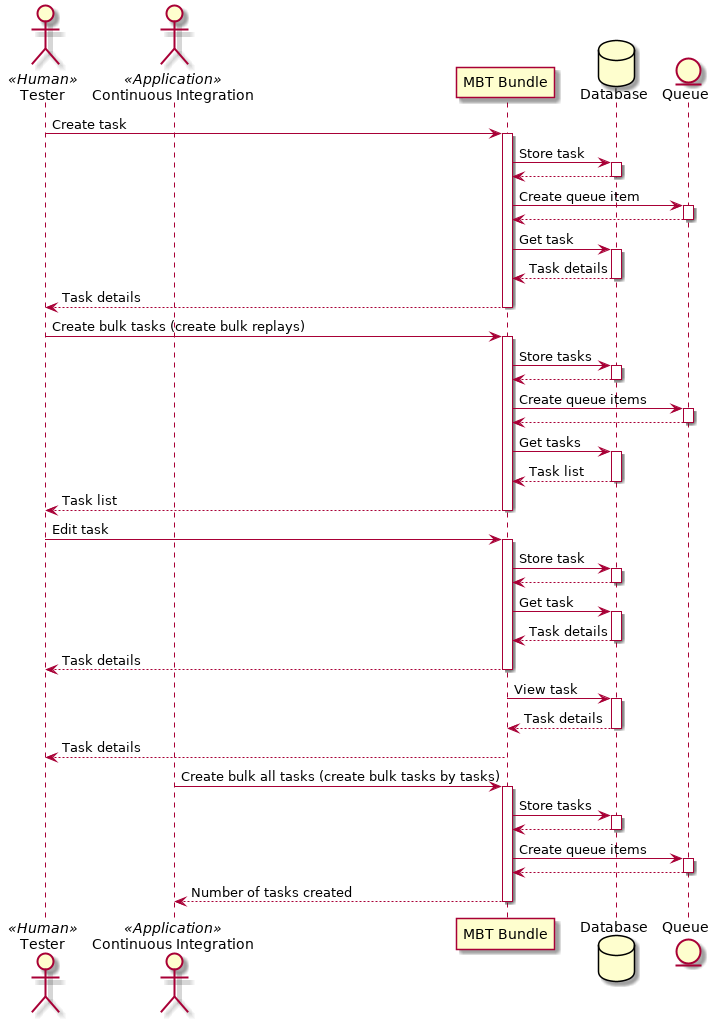
Above: diagrams/tasks/sequence.png in tienvx/mbt-assets (PlantUML), before the change. The source it was exported from:
```plantuml
@startuml

actor Tester as tester << Human >>
actor "Continuous Integration" as ci << Application >>
participant "MBT Bundle" as bundle
database Database as database
entity Queue as queue

tester -> bundle : Create task
activate bundle
bundle -> database : Store task
activate database
database --> bundle
deactivate database
bundle -> queue : Create queue item
activate queue
queue --> bundle
deactivate queue
bundle -> database : Get task
activate database
database --> bundle : Task details
deactivate database
bundle --> tester : Task details
deactivate bundle

tester -> bundle : Create bulk tasks (create bulk replays)
activate bundle
bundle -> database : Store tasks
activate database
database --> bundle
deactivate database
bundle -> queue : Create queue items
activate queue
queue --> bundle
deactivate queue
bundle -> database : Get tasks
activate database
database --> bundle : Task list
deactivate database
bundle --> tester : Task list
deactivate bundle

tester -> bundle : Edit task
activate bundle
bundle -> database : Store task
activate database
database --> bundle
deactivate database
bundle -> database : Get task
activate database
database --> bundle : Task details
deactivate database
bundle --> tester : Task details
deactivate bundle

bundle -> database : View task
activate database
database --> bundle : Task details
deactivate database
bundle --> tester : Task details
deactivate bundle

ci -> bundle : Create bulk all tasks (create bulk tasks by tasks)
activate bundle
bundle -> database : Store tasks
activate database
database --> bundle
deactivate database
bundle -> queue : Create queue items
activate queue
queue --> bundle
deactivate queue
bundle --> ci : Number of tasks created
deactivate bundle

@enduml
```
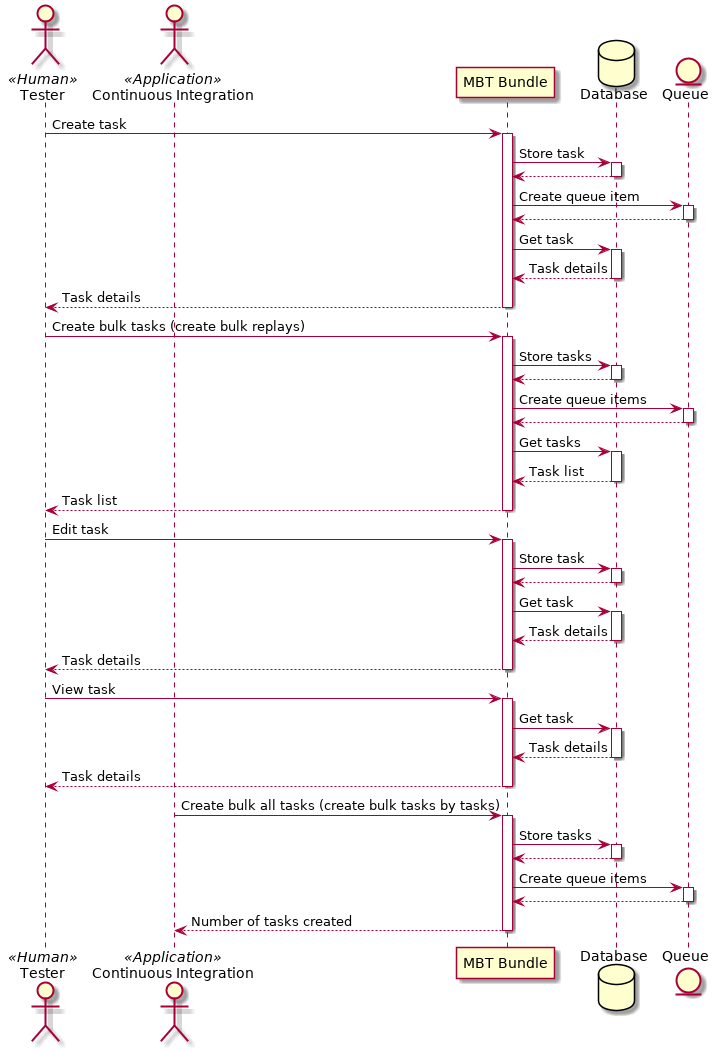
The same diagram one commit later.

Commit message:
Fix tasks sequence diagram

Change to the diagram source:
```diff
@@ -53,7 +53,9 @@
 bundle --> tester : Task details
 deactivate bundle
 
-bundle -> database : View task
+tester -> bundle : View task
+activate bundle
+bundle -> database : Get task
 activate database
 database --> bundle : Task details
 deactivate database
```
